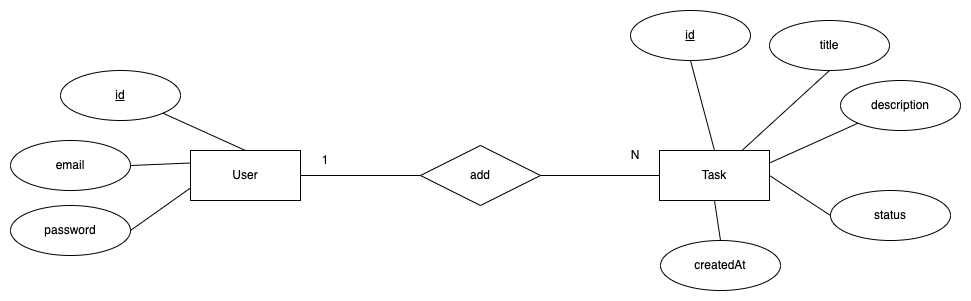
Above: diagrams/ER Diagram/ER Diagram.png in SajidAhmed0/to-do-tasks-coveragex (draw.io), before the change. Source tidied: cells renumbered, new cells last; positions are measured from the earlier drawing's top-left corner, leaving out a move shared by most shapes.
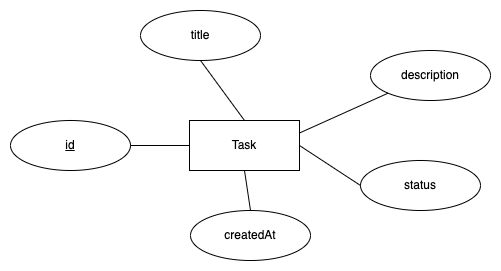
The same file after the commit.

Commit message:
feat(diagram): update diagrams

The edit, as a diff of the source:
```diff
@@ -6,7 +6,7 @@
       <mxGeometry x="649" y="140" width="110" height="50" as="geometry" />
     </mxCell>
     <mxCell id="3" value="title" style="ellipse;whiteSpace=wrap;html=1;fontStyle=0;" parent="1" vertex="1">
-      <mxGeometry x="759" y="10" width="120" height="50" as="geometry" />
+      <mxGeometry x="600" y="30" width="120" height="50" as="geometry" />
     </mxCell>
     <mxCell id="4" value="createdAt" style="ellipse;whiteSpace=wrap;html=1;" parent="1" vertex="1">
       <mxGeometry x="650" y="230" width="120" height="50" as="geometry" />
@@ -18,45 +18,15 @@
       <mxGeometry x="830" y="70" width="120" height="50" as="geometry" />
     </mxCell>
     <mxCell id="7" value="id" style="ellipse;whiteSpace=wrap;html=1;fontStyle=4;" parent="1" vertex="1">
-      <mxGeometry x="620" width="120" height="50" as="geometry" />
+      <mxGeometry x="470" y="140" width="120" height="50" as="geometry" />
     </mxCell>
-    <mxCell id="8" value="User" style="rounded=0;whiteSpace=wrap;html=1;" parent="1" vertex="1">
-      <mxGeometry x="180" y="140" width="110" height="50" as="geometry" />
-    </mxCell>
-    <mxCell id="9" value="id" style="ellipse;whiteSpace=wrap;html=1;fontStyle=4;" parent="1" vertex="1">
-      <mxGeometry x="50" y="60" width="120" height="50" as="geometry" />
-    </mxCell>
-    <mxCell id="10" value="email" style="ellipse;whiteSpace=wrap;html=1;fontStyle=0;" parent="1" vertex="1">
-      <mxGeometry y="130" width="120" height="50" as="geometry" />
-    </mxCell>
-    <mxCell id="11" value="password" style="ellipse;whiteSpace=wrap;html=1;fontStyle=0;" parent="1" vertex="1">
-      <mxGeometry y="195" width="120" height="50" as="geometry" />
-    </mxCell>
-    <mxCell id="12" value="add" style="shape=rhombus;perimeter=rhombusPerimeter;whiteSpace=wrap;html=1;align=center;" parent="1" vertex="1">
-      <mxGeometry x="410" y="135" width="120" height="60" as="geometry" />
-    </mxCell>
-    <mxCell id="13" style="endArrow=none;html=1;rounded=0;exitX=1;exitY=0.5;exitDx=0;exitDy=0;entryX=0;entryY=0.5;entryDx=0;entryDy=0;" parent="1" edge="1" source="8" target="12">
-      <mxGeometry relative="1" as="geometry" />
-    </mxCell>
-    <mxCell id="14" style="endArrow=none;html=1;rounded=0;exitX=1;exitY=0.5;exitDx=0;exitDy=0;entryX=0;entryY=0.5;entryDx=0;entryDy=0;" parent="1" edge="1" source="12" target="2">
-      <mxGeometry relative="1" as="geometry" />
-    </mxCell>
     <mxCell id="15" style="endArrow=none;html=1;rounded=0;exitX=0.5;exitY=1;exitDx=0;exitDy=0;entryX=0.5;entryY=0;entryDx=0;entryDy=0;" parent="1" edge="1" source="2" target="4">
       <mxGeometry relative="1" as="geometry" />
     </mxCell>
-    <mxCell id="16" style="endArrow=none;html=1;rounded=0;exitX=1;exitY=1;exitDx=0;exitDy=0;entryX=0.5;entryY=0;entryDx=0;entryDy=0;" parent="1" edge="1" source="9" target="8">
-      <mxGeometry relative="1" as="geometry" />
-    </mxCell>
-    <mxCell id="17" style="endArrow=none;html=1;rounded=0;exitX=1;exitY=0.5;exitDx=0;exitDy=0;entryX=0;entryY=0.25;entryDx=0;entryDy=0;" parent="1" edge="1" source="10" target="8">
-      <mxGeometry relative="1" as="geometry" />
-    </mxCell>
-    <mxCell id="18" style="endArrow=none;html=1;rounded=0;exitX=1;exitY=0.5;exitDx=0;exitDy=0;entryX=0;entryY=0.75;entryDx=0;entryDy=0;" parent="1" edge="1" source="11" target="8">
-      <mxGeometry relative="1" as="geometry" />
-    </mxCell>
-    <mxCell id="19" style="endArrow=none;html=1;rounded=0;exitX=0.5;exitY=1;exitDx=0;exitDy=0;entryX=0.5;entryY=0;entryDx=0;entryDy=0;" parent="1" edge="1" source="7" target="2">
+    <mxCell id="19" style="endArrow=none;html=1;rounded=0;exitX=1;exitY=0.5;exitDx=0;exitDy=0;entryX=0;entryY=0.5;entryDx=0;entryDy=0;" parent="1" edge="1" source="7" target="2">
       <mxGeometry relative="1" as="geometry" />
     </mxCell>
-    <mxCell id="20" style="endArrow=none;html=1;rounded=0;exitX=0.5;exitY=1;exitDx=0;exitDy=0;entryX=0.75;entryY=0;entryDx=0;entryDy=0;" parent="1" edge="1" source="3" target="2">
+    <mxCell id="20" style="endArrow=none;html=1;rounded=0;exitX=0.5;exitY=1;exitDx=0;exitDy=0;entryX=0.5;entryY=0;entryDx=0;entryDy=0;" parent="1" edge="1" source="3" target="2">
       <mxGeometry relative="1" as="geometry" />
     </mxCell>
     <mxCell id="21" style="endArrow=none;html=1;rounded=0;exitX=0;exitY=1;exitDx=0;exitDy=0;entryX=1;entryY=0.25;entryDx=0;entryDy=0;" parent="1" edge="1" source="6" target="2">
@@ -65,11 +35,5 @@
     <mxCell id="22" style="endArrow=none;html=1;rounded=0;exitX=0;exitY=0.5;exitDx=0;exitDy=0;entryX=1;entryY=0.5;entryDx=0;entryDy=0;" parent="1" edge="1" source="5" target="2">
       <mxGeometry relative="1" as="geometry" />
     </mxCell>
-    <mxCell id="23" value="1" style="text;html=1;align=center;verticalAlign=middle;whiteSpace=wrap;rounded=0;" parent="1" vertex="1">
-      <mxGeometry x="300" y="135" width="30" height="30" as="geometry" />
-    </mxCell>
-    <mxCell id="24" value="N" style="text;html=1;align=center;verticalAlign=middle;whiteSpace=wrap;rounded=0;" parent="1" vertex="1">
-      <mxGeometry x="610" y="130" width="30" height="30" as="geometry" />
-    </mxCell>
   </root>
 </mxGraphModel>
```
